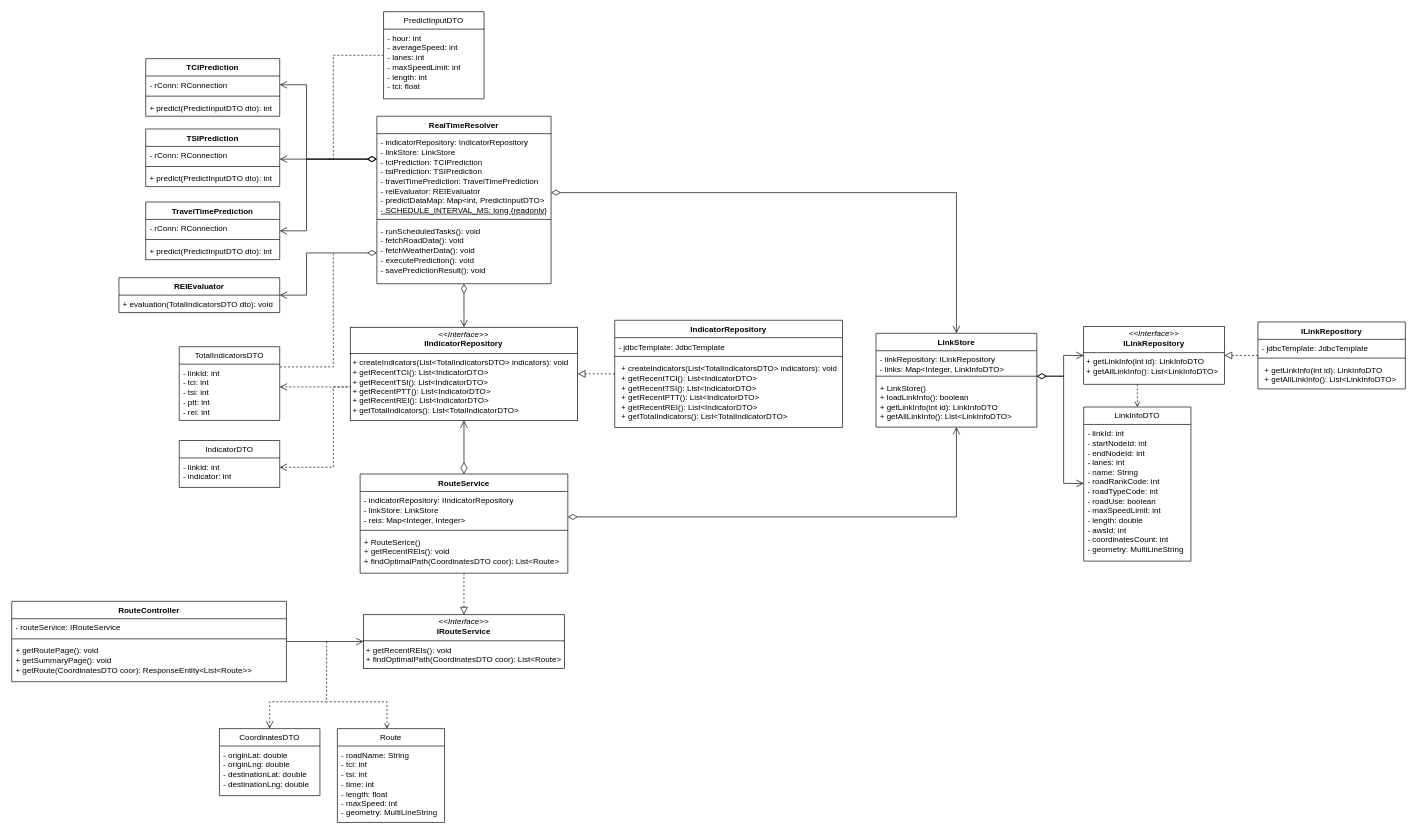
Earlier version of the draw.io diagram 04.Portfolio/ClassDiagram.drawio (SD-PARK/project-log). Source tidied: cells renumbered, new cells numbered last; positions are measured from the earlier drawing's top-left corner, leaving out a move shared by most shapes. Both pictures are drawn from the tidied source at 67%, with x=0, y=0 at pixel (11, 11).
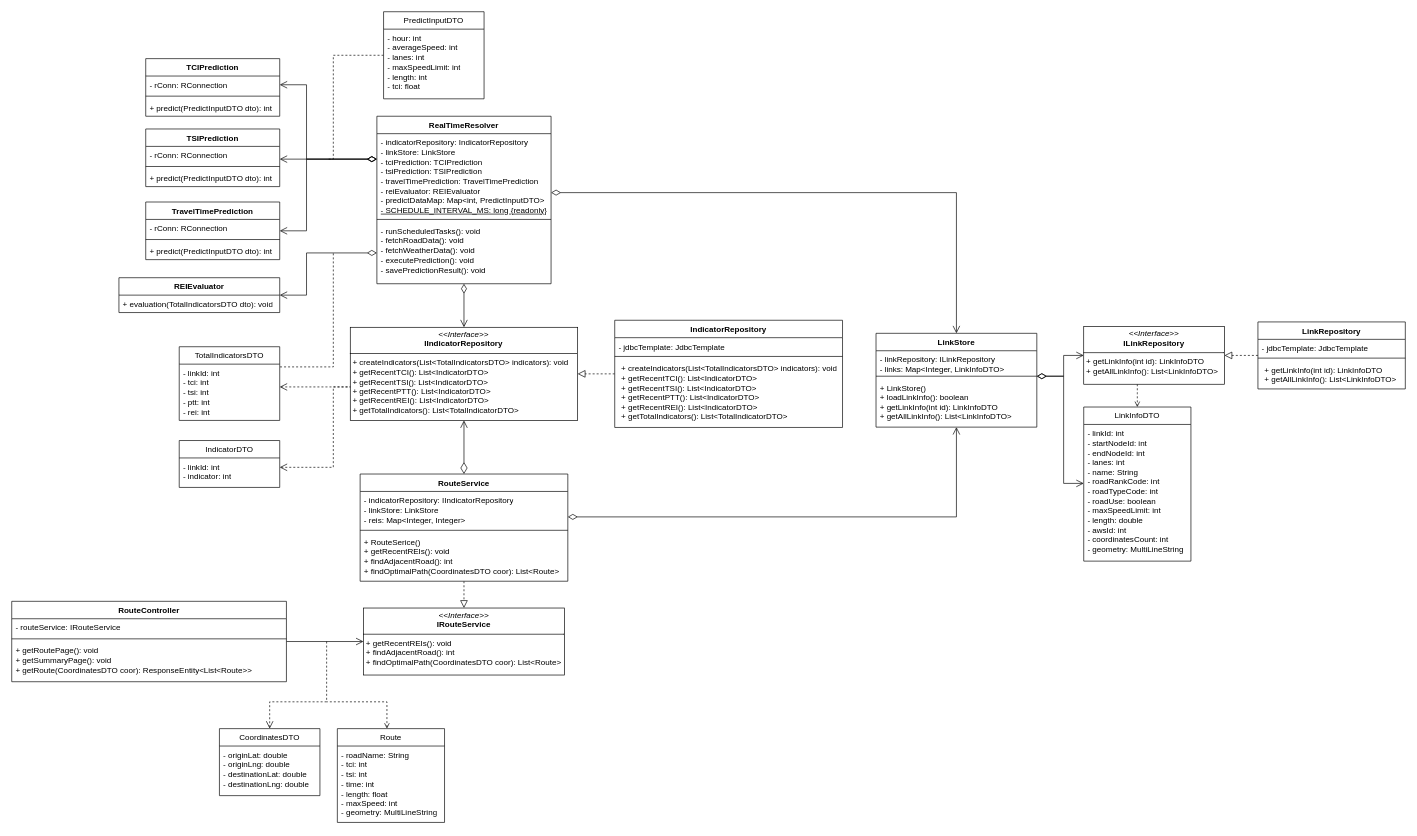
The same diagram, later.

Commit message (it also covers changes not shown here):
docs: UML 작성(Class, Sequence)

Change to the diagram source:
```diff
@@
     <mxCell id="30" value="RouteService" style="swimlane;fontStyle=1;align=center;verticalAlign=top;horizontal=1;startSize=26;whiteSpace=wrap;html=1;swimlaneFillColor=default;" parent="1" vertex="1">
-      <mxGeometry x="520" y="690" width="310" height="148" as="geometry" />
+      <mxGeometry x="520" y="690" width="310" height="160" as="geometry" />
     </mxCell>
@@
-    <mxCell id="33" value="+ RouteSerice()&lt;div&gt;&lt;span style=&quot;background-color: initial;&quot;&gt;+ getRecentREIs(): void&lt;/span&gt;&lt;/div&gt;&lt;div&gt;&lt;span style=&quot;background-color: initial;&quot;&gt;+ findOptimalPath(CoordinatesDTO coor): List&amp;lt;Route&amp;gt;&lt;/span&gt;&lt;/div&gt;" style="text;strokeColor=none;fillColor=none;align=left;verticalAlign=top;spacingLeft=4;spacingRight=4;overflow=hidden;whiteSpace=wrap;html=1;" parent="30" vertex="1">
-      <mxGeometry y="88" width="310" height="60" as="geometry" />
+    <mxCell id="33" value="+ RouteSerice()&lt;div&gt;&lt;span style=&quot;background-color: initial;&quot;&gt;+ getRecentREIs(): void&lt;/span&gt;&lt;/div&gt;&lt;div&gt;&lt;span style=&quot;background-color: initial;&quot;&gt;+ findAdjacentRoad(): int&lt;/span&gt;&lt;/div&gt;&lt;div&gt;&lt;span style=&quot;background-color: initial;&quot;&gt;+ findOptimalPath(CoordinatesDTO coor): List&amp;lt;Route&amp;gt;&lt;/span&gt;&lt;/div&gt;" style="text;strokeColor=none;fillColor=none;align=left;verticalAlign=top;spacingLeft=4;spacingRight=4;overflow=hidden;whiteSpace=wrap;html=1;" parent="30" vertex="1">
+      <mxGeometry y="88" width="310" height="72" as="geometry" />
     </mxCell>
@@
-    <mxCell id="40" value="&lt;p style=&quot;margin:0px;margin-top:4px;text-align:center;&quot;&gt;&lt;i&gt;&amp;lt;&amp;lt;Interface&amp;gt;&amp;gt;&lt;/i&gt;&lt;br&gt;&lt;b&gt;I&lt;/b&gt;&lt;b style=&quot;background-color: initial;&quot;&gt;RouteService&lt;/b&gt;&lt;/p&gt;&lt;hr size=&quot;1&quot; style=&quot;border-style:solid;&quot;&gt;&lt;p style=&quot;margin:0px;margin-left:4px;&quot;&gt;+ getRecentREIs(): void&lt;/p&gt;&lt;p style=&quot;margin:0px;margin-left:4px;&quot;&gt;+ findOptimalPath(CoordinatesDTO coor): List&amp;lt;Route&amp;gt;&lt;/p&gt;" style="verticalAlign=top;align=left;overflow=fill;html=1;whiteSpace=wrap;swimlaneFillColor=default;" parent="1" vertex="1">
-      <mxGeometry x="525" y="900" width="300" height="80" as="geometry" />
+    <mxCell id="40" value="&lt;p style=&quot;margin:0px;margin-top:4px;text-align:center;&quot;&gt;&lt;i&gt;&amp;lt;&amp;lt;Interface&amp;gt;&amp;gt;&lt;/i&gt;&lt;br&gt;&lt;b&gt;I&lt;/b&gt;&lt;b style=&quot;background-color: initial;&quot;&gt;RouteService&lt;/b&gt;&lt;/p&gt;&lt;hr size=&quot;1&quot; style=&quot;border-style:solid;&quot;&gt;&lt;p style=&quot;margin:0px;margin-left:4px;&quot;&gt;+ getRecentREIs(): void&lt;/p&gt;&lt;p style=&quot;margin:0px;margin-left:4px;&quot;&gt;+ findAdjacentRoad(): int&lt;/p&gt;&lt;p style=&quot;margin:0px;margin-left:4px;&quot;&gt;+ findOptimalPath(CoordinatesDTO coor): List&amp;lt;Route&amp;gt;&lt;/p&gt;" style="verticalAlign=top;align=left;overflow=fill;html=1;whiteSpace=wrap;swimlaneFillColor=default;" parent="1" vertex="1">
+      <mxGeometry x="525" y="890" width="300" height="100" as="geometry" />
     </mxCell>
@@
-    <mxCell id="72" value="&lt;b&gt;ILinkRepository&lt;/b&gt;" style="swimlane;fontStyle=1;align=center;verticalAlign=top;horizontal=1;startSize=26;whiteSpace=wrap;html=1;swimlaneFillColor=default;" parent="1" vertex="1">
+    <mxCell id="72" value="&lt;b&gt;LinkRepository&lt;/b&gt;" style="swimlane;fontStyle=1;align=center;verticalAlign=top;horizontal=1;startSize=26;whiteSpace=wrap;html=1;swimlaneFillColor=default;" parent="1" vertex="1">
       <mxGeometry x="1860" y="463" width="220" height="100" as="geometry" />
     </mxCell>
```
